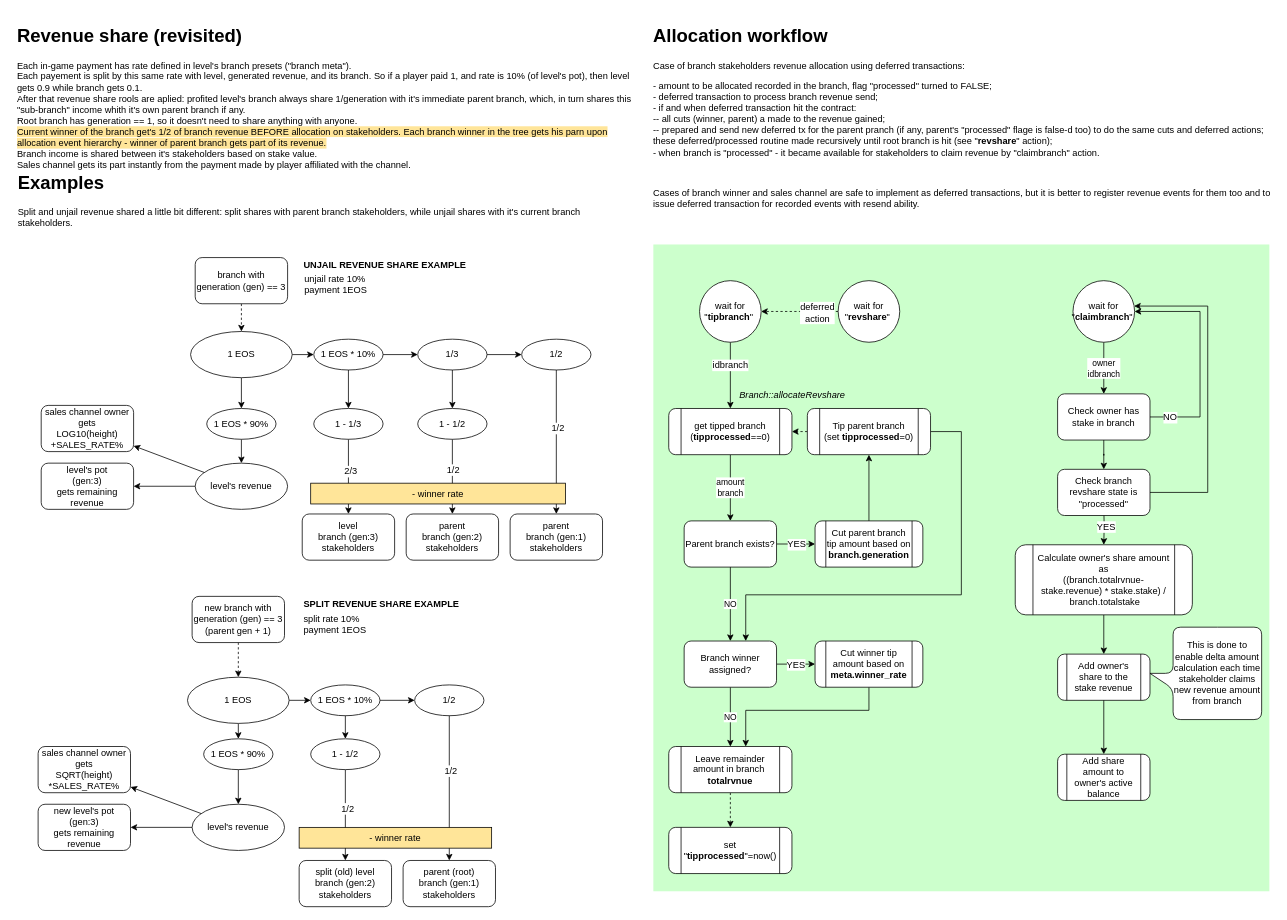
The draw.io diagram page "revenue share" (12 of 14) of ia/WOFFLER IA.drawio in cptn-solo/woffler_contract, before the edit. Source tidied: cells renumbered, new cells numbered last; positions are measured from the earlier drawing's top-left corner, leaving out a move shared by most shapes. Both pictures are drawn from the tidied source at 77%, with x=0, y=0 at pixel (12, 21).
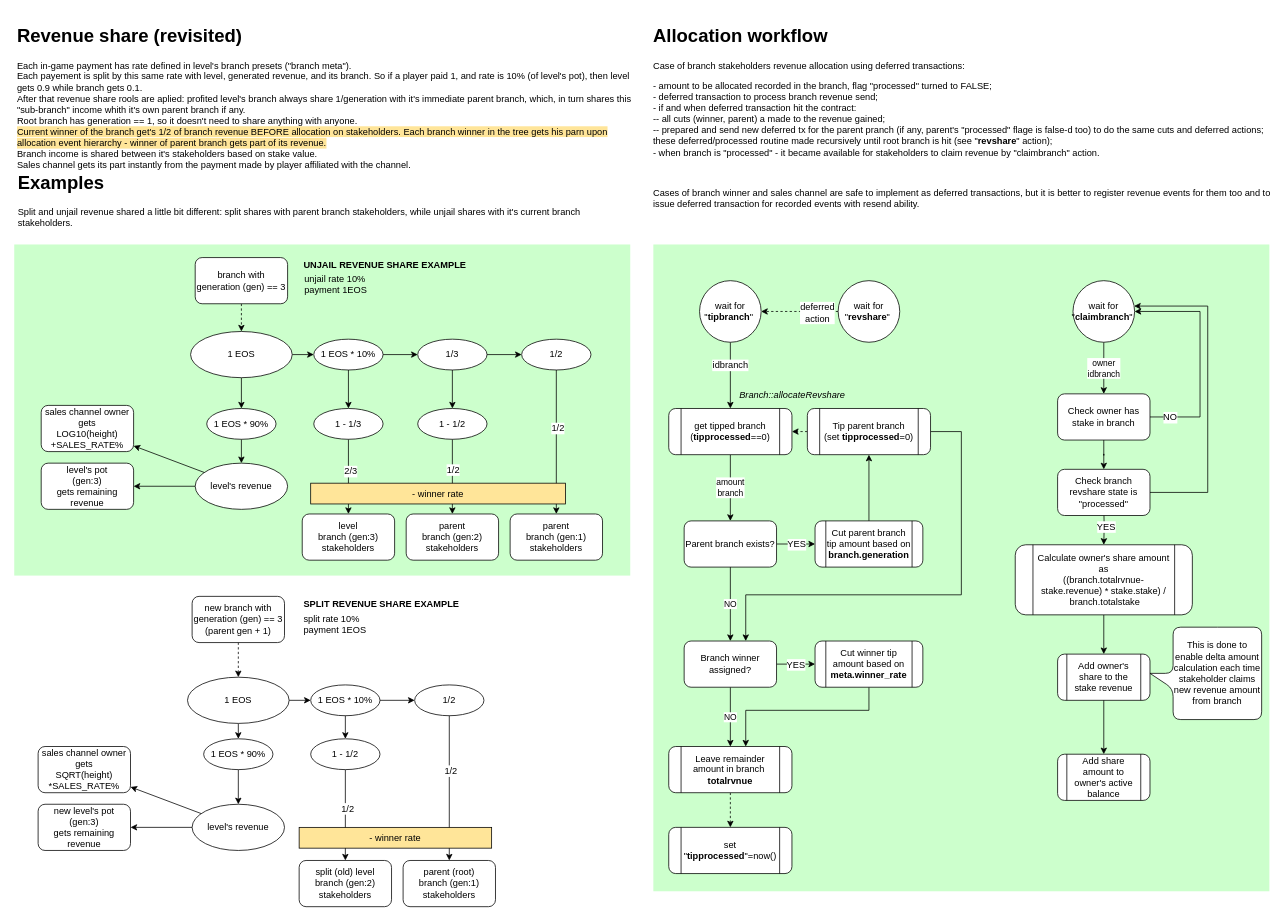
Above is the later version.

Change to the diagram source:
```diff
@@
+    <mxCell id="110" style="rounded=0;whiteSpace=wrap;html=1;rotation=0;strokeColor=none;fillColor=#CCFFCC;" parent="1" vertex="1">
+      <mxGeometry x="2" y="290" width="800" height="430" as="geometry" />
+    </mxCell>
```
